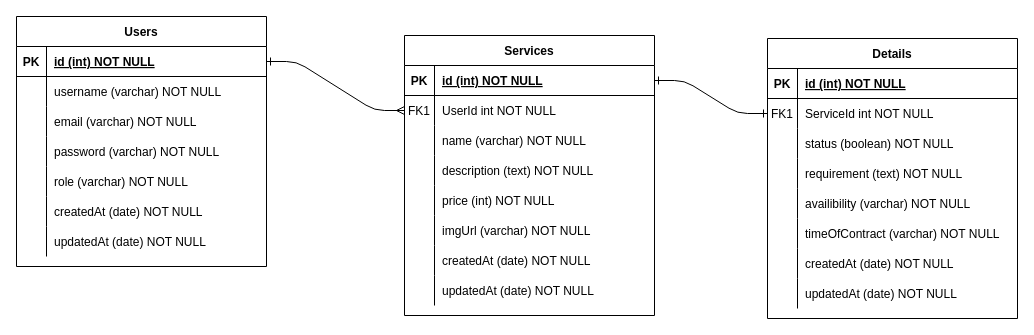
The draw.io diagram Fotoin scheme.drawio in narindaGp/Fotoin, before the edit. Source tidied: cells renumbered, new cells numbered last; positions are measured from the earlier drawing's top-left corner, leaving out a move shared by most shapes. Both pictures are drawn from the tidied source at 100%, with x=0, y=0 at pixel (16, 16).
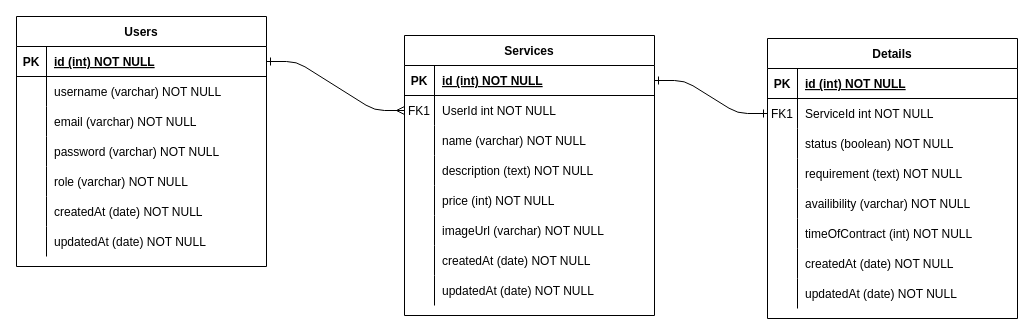
After the change.

Unchanged cells that the change refers to:
```xml
<mxCell id="20" style="shape=partialRectangle;fillColor=none;top=0;left=0;right=0;bottom=0;" parent="4" vertex="1">
  <mxGeometry y="180" width="250" height="30" as="geometry" />
</mxCell>
<mxCell id="45" style="shape=partialRectangle;fillColor=none;top=0;left=0;right=0;bottom=0;" parent="29" vertex="1">
  <mxGeometry y="180" width="250" height="30" as="geometry" />
</mxCell>
```

Diff of the diagram source:
```diff
@@
-    <mxCell id="22" value="imgUrl (varchar) NOT NULL" style="shape=partialRectangle;overflow=hidden;fillColor=none;top=0;left=0;bottom=0;right=0;align=left;spacingLeft=6;" parent="20" vertex="1">
+    <mxCell id="22" value="imageUrl (varchar) NOT NULL" style="shape=partialRectangle;overflow=hidden;fillColor=none;top=0;left=0;bottom=0;right=0;align=left;spacingLeft=6;" parent="20" vertex="1">
       <mxGeometry x="30" width="220" height="30" as="geometry" />
     </mxCell>
@@
-    <mxCell id="47" value="timeOfContract (varchar) NOT NULL" style="shape=partialRectangle;overflow=hidden;fillColor=none;top=0;left=0;bottom=0;right=0;align=left;spacingLeft=6;" parent="45" vertex="1">
+    <mxCell id="47" value="timeOfContract (int) NOT NULL" style="shape=partialRectangle;overflow=hidden;fillColor=none;top=0;left=0;bottom=0;right=0;align=left;spacingLeft=6;" parent="45" vertex="1">
       <mxGeometry x="30" width="220" height="30" as="geometry" />
     </mxCell>
```
